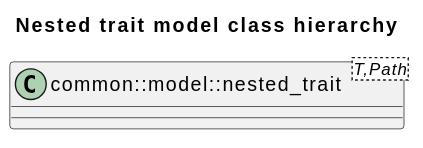
This is clang-uml/diagrams/nested_trait_hierarchy_class.svg from bkryza/clang-uml-examples, a PlantUML export, as it was before one commit. Source of this version:
```plantuml
@startuml
title Nested trait model class hierarchy
class "common::model::nested_trait<T,Path>" as C_0000891208748219309562
class C_0000891208748219309562 [[classclanguml_1_1common_1_1model_1_1nested__trait.html{Base class for elements nested in the diagram.}]] {
__
}

@enduml
```
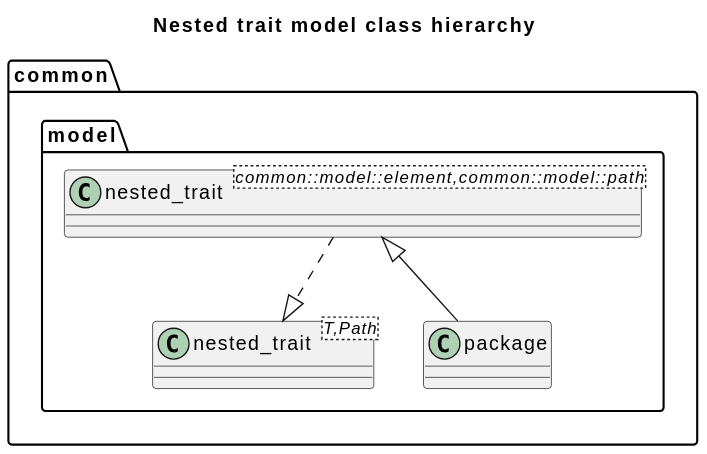
Later version of the same file.

Change to the diagram source:
```diff
@@ -1,8 +1,22 @@
 @startuml
 title Nested trait model class hierarchy
-class "common::model::nested_trait<T,Path>" as C_0000891208748219309562
-class C_0000891208748219309562 [[classclanguml_1_1common_1_1model_1_1nested__trait.html{Base class for elements nested in the diagram.}]] {
+package [common] as C_0002532840279361781187 {
+package [model] as C_0000669774451444102653 {
+class "nested_trait<T,Path>" as C_0007129669985754476498
+class C_0007129669985754476498 [[classclanguml_1_1common_1_1model_1_1nested__trait.html{Base class for elements nested in the diagram.}]] {
 __
 }
+class "nested_trait<common::model::element,common::model::path>" as C_0015066935078142509054
+class C_0015066935078142509054 [[classclanguml_1_1common_1_1model_1_1nested__trait.html{nested_trait}]] {
+__
+}
+class "package" as C_0017146293478645494837
+class C_0017146293478645494837 [[classclanguml_1_1common_1_1model_1_1package.html{Diagram element representing namespace or directory package}]] {
+__
+}
+}
+}
+C_0015066935078142509054 ..|> C_0007129669985754476498
+C_0015066935078142509054 <|-- C_0017146293478645494837
 
 @enduml
```
